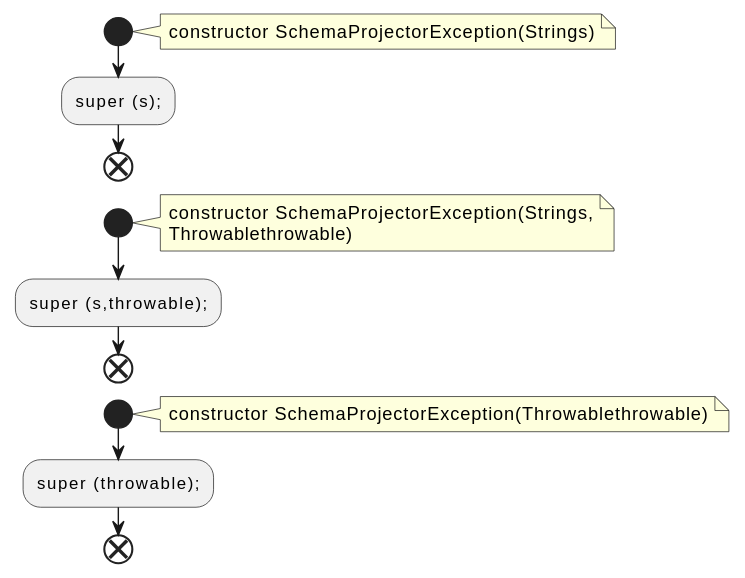
This is docs/qc/connect/api/src/main/java/org/apache/kafka/connect/errors/SchemaProjectorException.java.fct.svg from qualitesys/kafka, a PlantUML export, as it was before one commit.
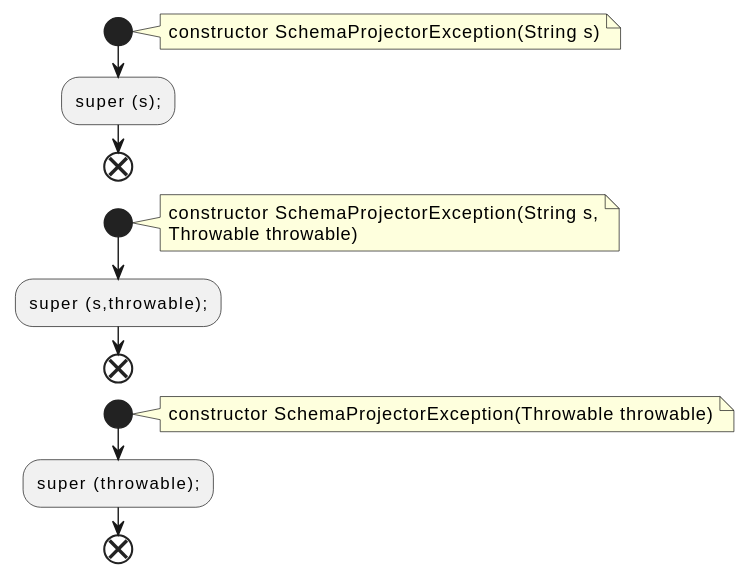
The same diagram one commit later.

What changed in the source:
```diff
@@ -2,20 +2,20 @@
 !pragma layout smetana
 start
 note right
-constructor SchemaProjectorException(Strings)
+constructor SchemaProjectorException(String s)
 end note
 :super (s);;
 end
 start
 note right
-constructor SchemaProjectorException(Strings,
-Throwablethrowable)
+constructor SchemaProjectorException(String s,
+Throwable throwable)
 end note
 :super (s,throwable);;
 end
 start
 note right
-constructor SchemaProjectorException(Throwablethrowable)
+constructor SchemaProjectorException(Throwable throwable)
 end note
 :super (throwable);;
 end
```
